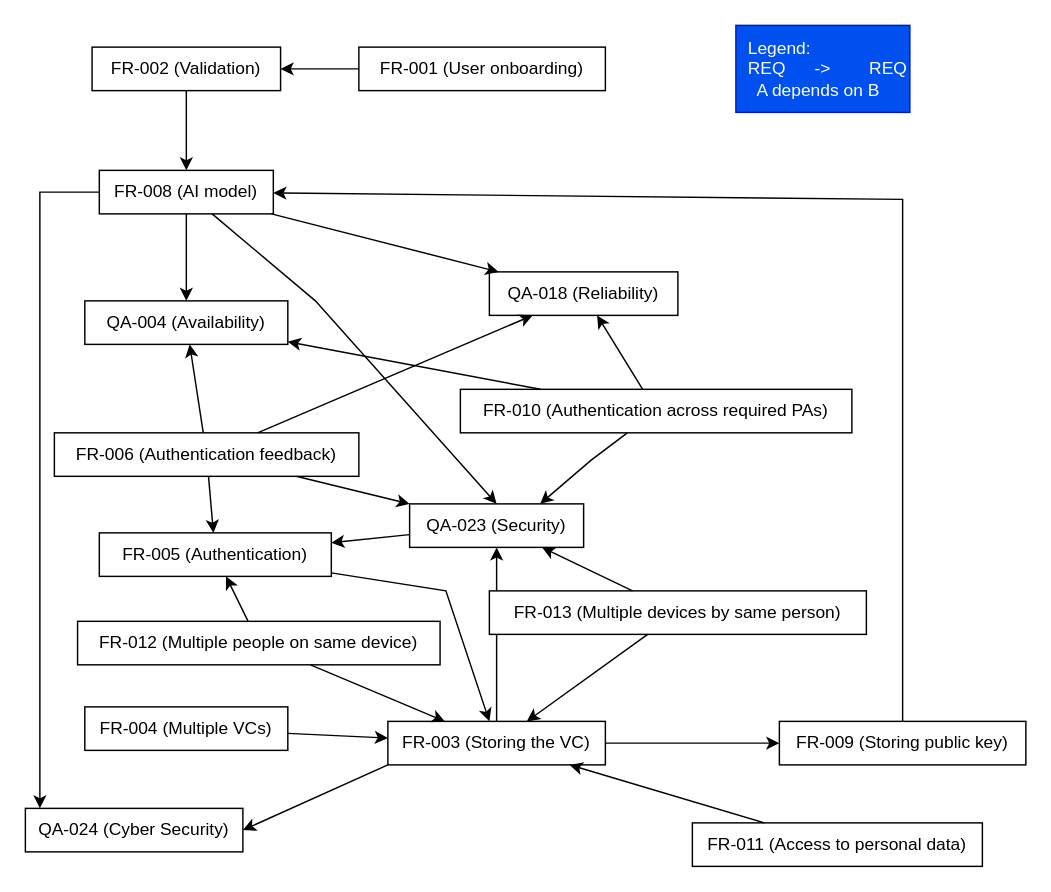
This is Complete_Graph.drawio from Dorfultariant/Architecture_Diagrams, a draw.io file, before an edit. Source tidied: cells renumbered, new cells numbered last; positions are measured from the earlier drawing's top-left corner, leaving out a move shared by most shapes. Both pictures are drawn from the tidied source at 145%, with x=0, y=0 at pixel (25, 25).
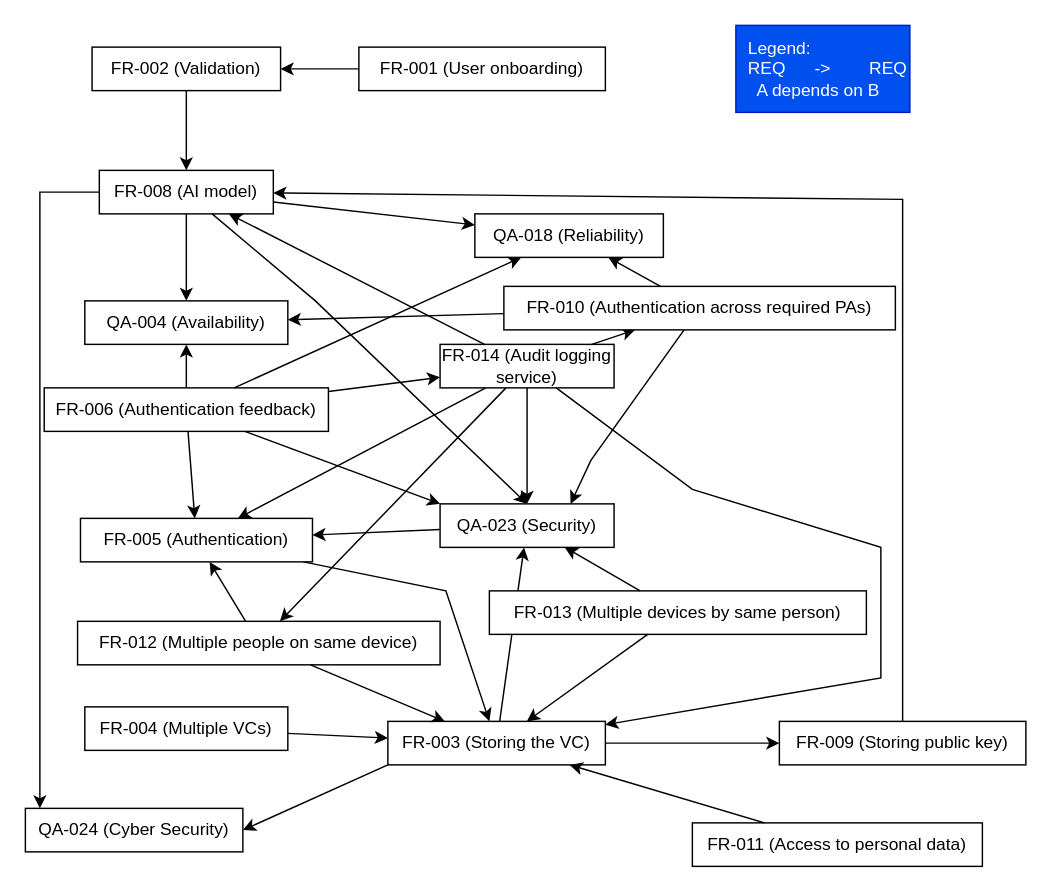
The same page after the edit.

Unchanged cells that the change refers to:
```xml
<mxCell id="13" value=" FR-003 (Storing the VC)" style="whiteSpace=wrap;html=1;" parent="1" vertex="1">
  <mxGeometry x="250" y="480" width="150" height="30" as="geometry" />
</mxCell>
<mxCell id="26" value="FR-008 (AI model) " style="whiteSpace=wrap;html=1;" parent="1" vertex="1">
  <mxGeometry x="51" y="100" width="120" height="30" as="geometry" />
</mxCell>
<mxCell id="35" value="FR-012 (Multiple people on same device) " style="whiteSpace=wrap;html=1;" parent="1" vertex="1">
  <mxGeometry x="36" y="411" width="250" height="30" as="geometry" />
</mxCell>
```

What changed in the source:
```diff
@@
+    <mxCell id="44" style="rounded=0;jettySize=auto;html=1;startArrow=classic;startFill=1;endArrow=none;endFill=0;" parent="1" edge="1" source="13" target="51">
+      <mxGeometry relative="1" as="geometry">
+        <Array as="points">
+          <mxPoint x="590" y="450" />
+          <mxPoint x="590" y="360" />
+          <mxPoint x="460" y="320" />
+        </Array>
+      </mxGeometry>
+    </mxCell>
@@
+    <mxCell id="45" style="rounded=0;jettySize=auto;html=1;" parent="1" edge="1" source="16" target="51">
+      <mxGeometry relative="1" as="geometry" />
+    </mxCell>
     <mxCell id="16" value="FR-006 (Authentication feedback) " style="whiteSpace=wrap;html=1;" parent="1" vertex="1">
-      <mxGeometry x="20" y="281" width="210" height="30" as="geometry" />
+      <mxGeometry x="13" y="250" width="196" height="30" as="geometry" />
     </mxCell>
@@
+    <mxCell id="46" style="rounded=0;jettySize=auto;html=1;startArrow=classic;startFill=1;endArrow=none;endFill=0;" parent="1" edge="1" source="18" target="51">
+      <mxGeometry relative="1" as="geometry" />
+    </mxCell>
     <mxCell id="18" value=" FR-005 (Authentication)" style="whiteSpace=wrap;html=1;" parent="1" vertex="1">
-      <mxGeometry x="51" y="350" width="160" height="30" as="geometry" />
+      <mxGeometry x="38" y="340" width="160" height="30" as="geometry" />
     </mxCell>
@@
     <mxCell id="22" value=" QA-018 (Reliability)" style="whiteSpace=wrap;html=1;" parent="1" vertex="1">
-      <mxGeometry x="320" y="170" width="130" height="30" as="geometry" />
+      <mxGeometry x="310" y="130" width="130" height="30" as="geometry" />
     </mxCell>
@@
+    <mxCell id="47" style="rounded=0;jettySize=auto;html=1;endArrow=none;endFill=0;startArrow=classic;startFill=1;" parent="1" edge="1" source="26" target="51">
+      <mxGeometry relative="1" as="geometry" />
+    </mxCell>
@@
+    <mxCell id="48" style="rounded=0;jettySize=auto;html=1;endArrow=none;endFill=0;startArrow=classic;startFill=1;" parent="1" edge="1" source="30" target="51">
+      <mxGeometry relative="1" as="geometry" />
+    </mxCell>
     <mxCell id="30" value="FR-010 (Authentication across required PAs) " style="whiteSpace=wrap;html=1;" parent="1" vertex="1">
-      <mxGeometry x="300" y="251" width="270" height="30" as="geometry" />
+      <mxGeometry x="330" y="180" width="270" height="30" as="geometry" />
     </mxCell>
@@
+    <mxCell id="49" style="rounded=0;jettySize=auto;html=1;endArrow=none;endFill=0;startArrow=classic;startFill=1;" parent="1" edge="1" source="35" target="51">
+      <mxGeometry relative="1" as="geometry" />
+    </mxCell>
@@
+    <mxCell id="50" style="rounded=0;jettySize=auto;html=1;endArrow=none;endFill=0;startArrow=classic;startFill=1;" parent="1" edge="1" source="43" target="51">
+      <mxGeometry relative="1" as="geometry" />
+    </mxCell>
     <mxCell id="43" value="QA-023 (Security)" style="whiteSpace=wrap;html=1;" parent="1" vertex="1">
-      <mxGeometry x="265" y="330" width="120" height="30" as="geometry" />
+      <mxGeometry x="286" y="330" width="120" height="30" as="geometry" />
     </mxCell>
+    <mxCell id="51" value="FR-014 (Audit logging service)" style="whiteSpace=wrap;html=1;" parent="1" vertex="1">
+      <mxGeometry x="286" y="220" width="120" height="30" as="geometry" />
+    </mxCell>
```
